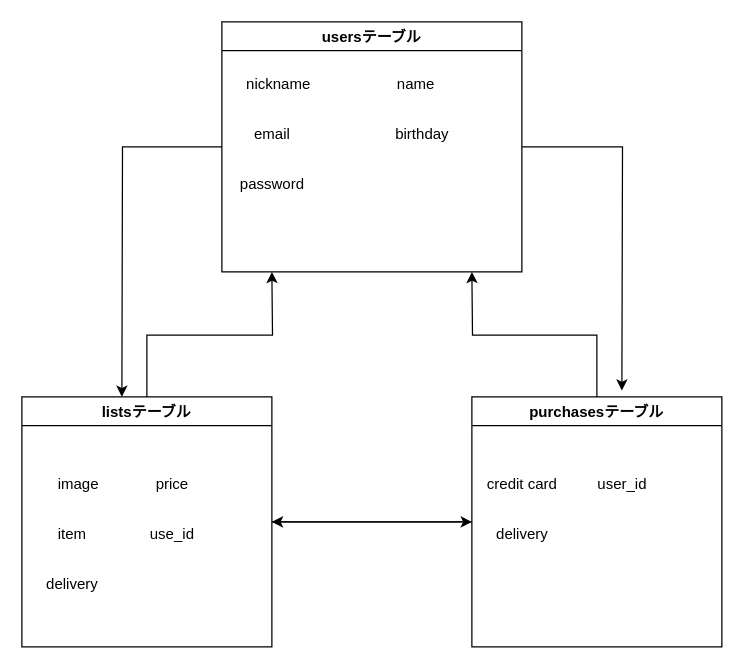
Earlier version of the draw.io diagram fulima.dio (suwakouhei/furima-34729). Source tidied: cells renumbered, new cells numbered last; positions are measured from the earlier drawing's top-left corner, leaving out a move shared by most shapes. Both pictures are drawn from the tidied source at 125%, with x=0, y=0 at pixel (21, 21).
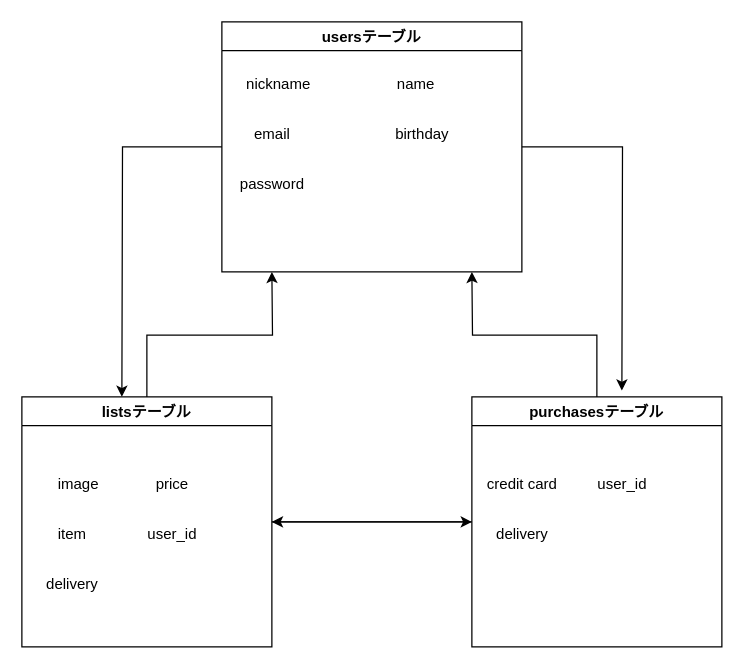
After the change.

Diff of the diagram source:
```diff
@@
-    <mxCell id="20" value="use_id" style="text;html=1;align=center;verticalAlign=middle;strokeColor=none;" parent="1" vertex="1">
+    <mxCell id="20" value="user_id" style="text;html=1;align=center;verticalAlign=middle;strokeColor=none;" parent="1" vertex="1">
       <mxGeometry x="95" y="400" width="50" height="20" as="geometry" />
     </mxCell>
```
